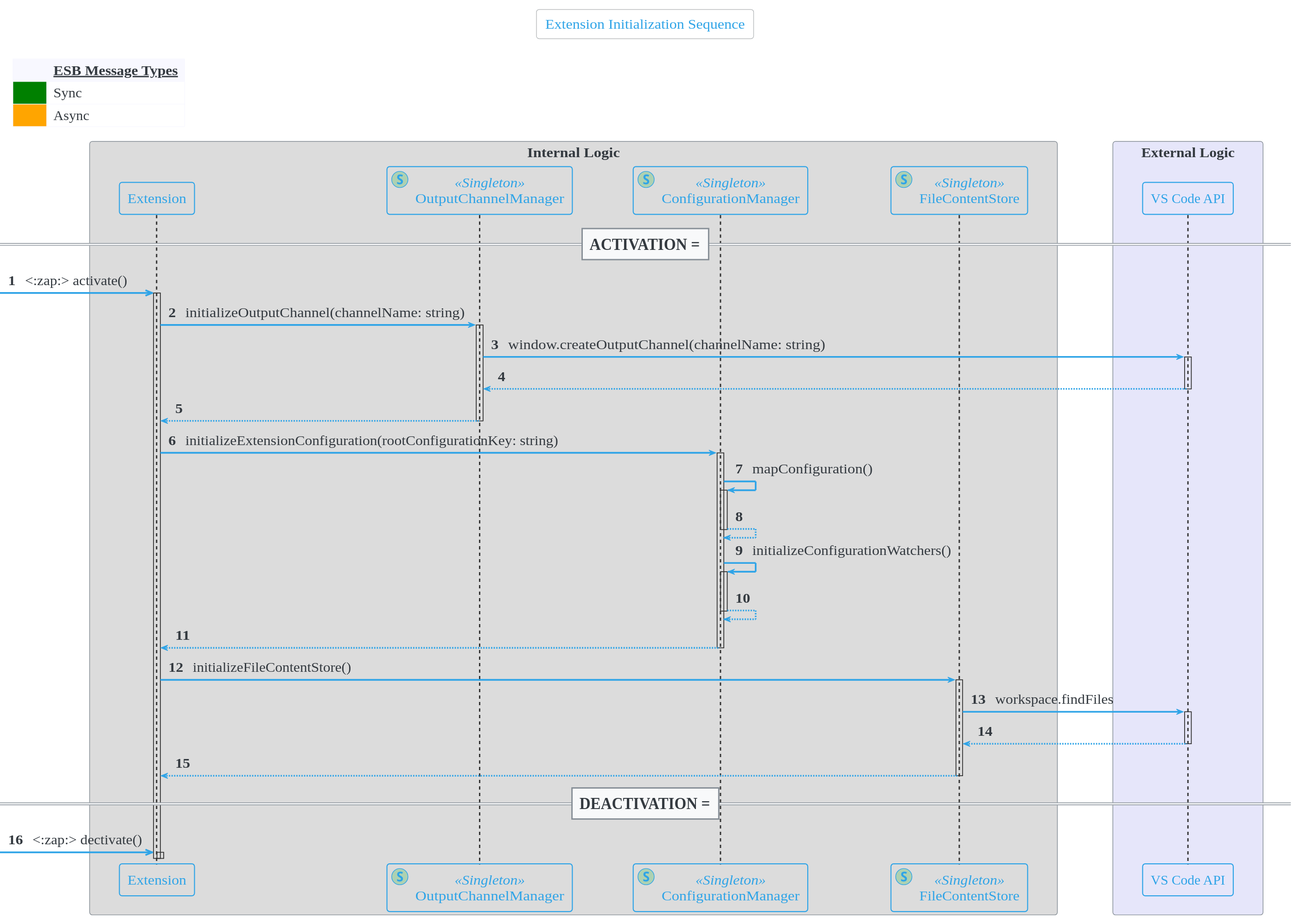
This is docs/designs/Extension Initialization Sequence.svg from qvotaxon/translation-file-watcher, a PlantUML export, as it was before one commit.
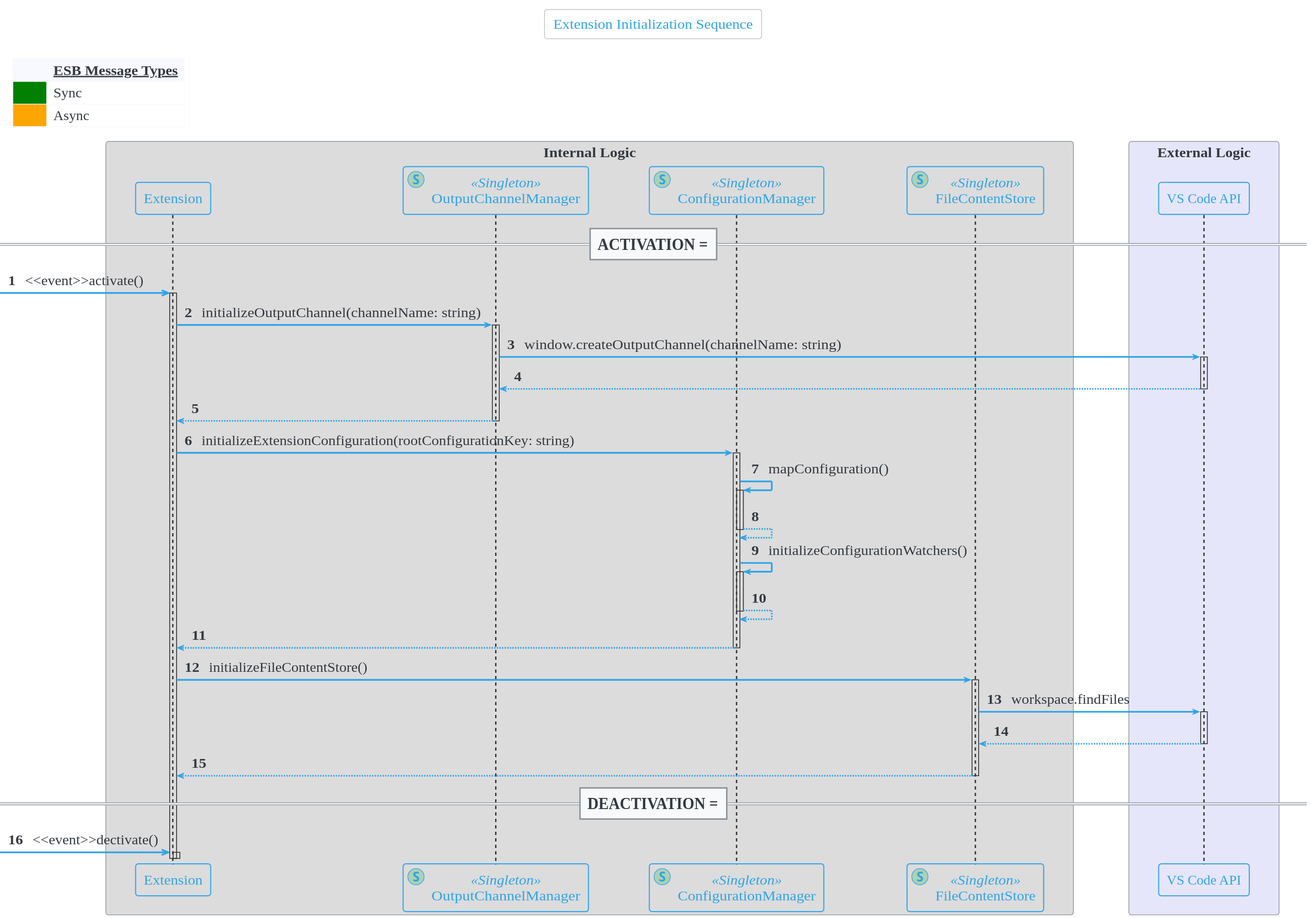
Above is the later version.

Commit message:
docs: Update sequence diagram event notation (#103)

* docs: Update sequence diagram event notation

This change updates the sequence diagram in `sequence.puml` to use correct UML syntax for events during the activation and deactivation phases. The previous notation `<<:zap:>>` was incorrect and has been replaced with `<<event>>` to accurately represent the invocation of `activate()` and `deactivate()` functions in a way that the GitHub action will be able to process correctly.

Diff of the diagram source:
```diff
@@ -31,7 +31,7 @@
 end box
 
 === ACTIVATION ===
-->>X: <:zap:> activate()
+->>X:<<event>>activate()
 X->OPCMNG:initializeOutputChannel(channelName: string)
 OPCMNG->VSCAPI:window.createOutputChannel(channelName: string)
 return
@@ -47,7 +47,7 @@
 return
 return
 === DEACTIVATION ===
-->>X: <:zap:> dectivate()
+->>X:<<event>>dectivate()
 
 
 @enduml
```
